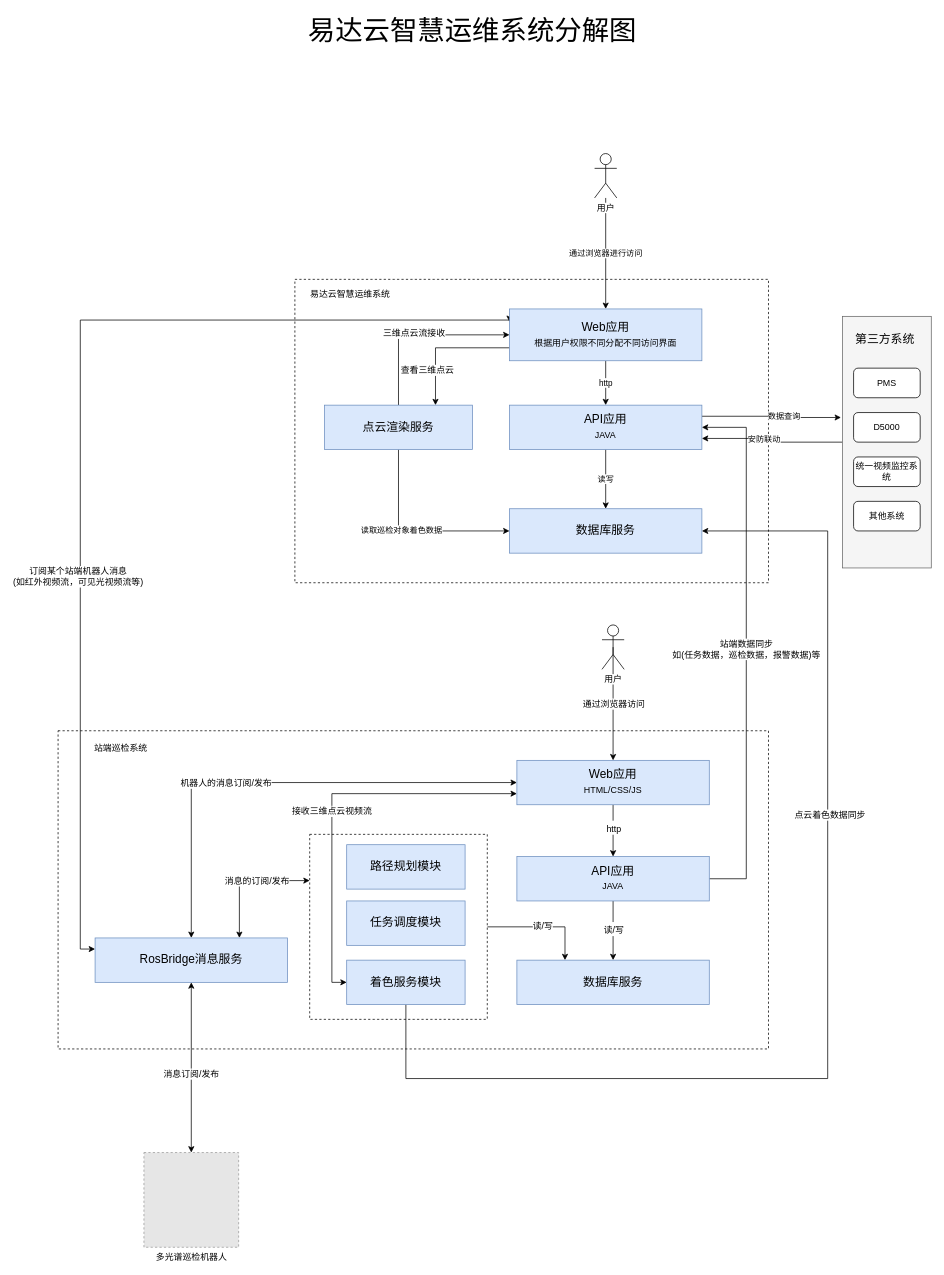
Above: 易达云智慧运维系统分解图.drawio in wangyufei0807/draw (draw.io), before the change. Source tidied: cells renumbered, new cells numbered last; positions are measured from the earlier drawing's top-left corner, leaving out a move shared by most shapes. Both pictures are drawn from the tidied source at 74%, with x=0, y=0 at pixel (58, 13). Pictures stored in the file or linked from it are replaced by grey dashed boxes.
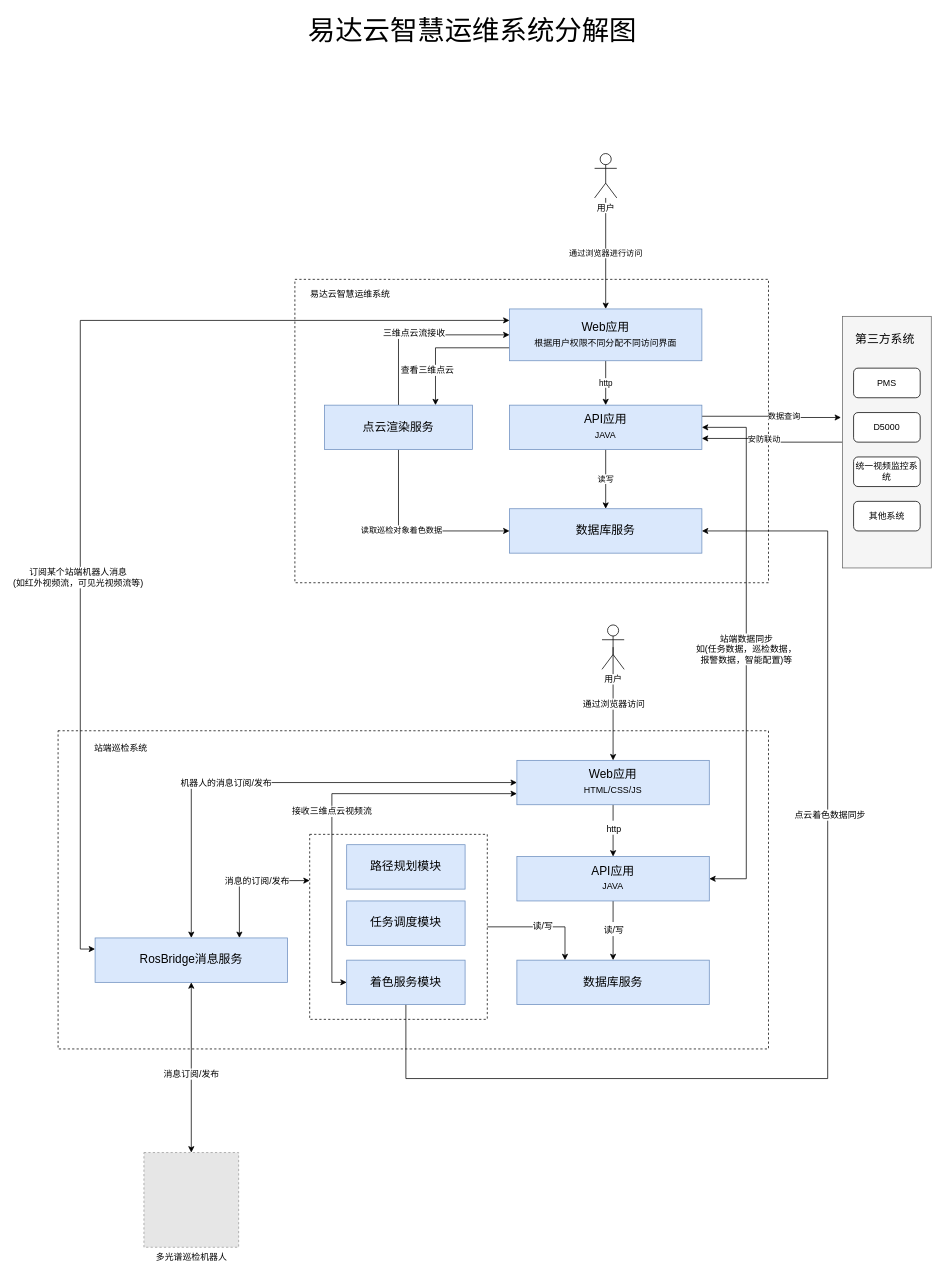
After the change.

Commit message (it also covers changes not shown here):
更新易达云智慧运维系统分解图.drawio

Unchanged cells that the change refers to:
```xml
<mxCell id="14" value="&lt;p style=&quot;line-height: 170%&quot;&gt;&lt;font style=&quot;font-size: 16px&quot;&gt;Web应用&lt;/font&gt;&lt;br&gt;根据用户权限不同分配不同访问界面&lt;br&gt;&lt;/p&gt;" style="rounded=0;whiteSpace=wrap;html=1;shadow=0;fillColor=#dae8fc;strokeColor=#6c8ebf;" parent="1" vertex="1">
  <mxGeometry x="610" y="400" width="260" height="70" as="geometry" />
</mxCell>
<mxCell id="19" value="&lt;p style=&quot;line-height: 160%&quot;&gt;&lt;font style=&quot;font-size: 16px&quot;&gt;API应用&lt;/font&gt;&lt;br&gt;JAVA&lt;/p&gt;" style="rounded=0;whiteSpace=wrap;html=1;shadow=0;fillColor=#dae8fc;strokeColor=#6c8ebf;" parent="1" vertex="1">
  <mxGeometry x="610" y="530" width="260" height="60" as="geometry" />
</mxCell>
<mxCell id="41" value="&lt;p style=&quot;line-height: 160%&quot;&gt;&lt;font style=&quot;font-size: 16px&quot;&gt;API应用&lt;/font&gt;&lt;br&gt;JAVA&lt;/p&gt;" style="rounded=0;whiteSpace=wrap;html=1;shadow=0;fillColor=#dae8fc;strokeColor=#6c8ebf;" parent="1" vertex="1">
  <mxGeometry x="620" y="1140" width="260" height="60" as="geometry" />
</mxCell>
<mxCell id="50" value="&lt;p style=&quot;line-height: 160%&quot;&gt;&lt;span style=&quot;font-size: 16px&quot;&gt;RosBridge消息服务&lt;/span&gt;&lt;/p&gt;" style="rounded=0;whiteSpace=wrap;html=1;shadow=0;fillColor=#dae8fc;strokeColor=#6c8ebf;" parent="1" vertex="1">
  <mxGeometry x="50" y="1250" width="260" height="60" as="geometry" />
</mxCell>
```

The edit, as a diff of the source:
```diff
@@
-    <mxCell id="12" style="edgeStyle=orthogonalEdgeStyle;rounded=0;jettySize=auto;html=1;exitX=0;exitY=0.25;exitDx=0;exitDy=0;entryX=0;entryY=0.25;entryDx=0;entryDy=0;startArrow=classic;startFill=1;fontSize=12;" parent="1" edge="1" source="14" target="50">
+    <mxCell id="12" style="edgeStyle=orthogonalEdgeStyle;rounded=0;jettySize=auto;html=1;exitX=0;exitY=0.221;exitDx=0;exitDy=0;entryX=0;entryY=0.25;entryDx=0;entryDy=0;startArrow=classic;startFill=1;fontSize=12;exitPerimeter=0;" parent="1" edge="1" source="14" target="50">
       <mxGeometry relative="1" as="geometry">
         <Array as="points">
-          <mxPoint x="30" y="415" />
+          <mxPoint x="30" y="416" />
           <mxPoint x="30" y="1265" />
         </Array>
       </mxGeometry>
     </mxCell>
@@
-    <mxCell id="40" value="站端数据同步&lt;br&gt;如(任务数据，巡检数据，报警数据)等" style="edgeStyle=orthogonalEdgeStyle;rounded=0;jettySize=auto;html=1;exitX=1;exitY=0.5;exitDx=0;exitDy=0;entryX=1;entryY=0.5;entryDx=0;entryDy=0;startArrow=none;startFill=0;fontSize=12;endArrow=classic;endFill=1;" parent="1" edge="1" source="41" target="19">
+    <mxCell id="40" value="站端数据同步&lt;br&gt;如(任务数据，巡检数据，&lt;br&gt;报警数据，智能配置)等" style="edgeStyle=orthogonalEdgeStyle;rounded=0;jettySize=auto;html=1;exitX=1;exitY=0.5;exitDx=0;exitDy=0;entryX=1;entryY=0.5;entryDx=0;entryDy=0;startArrow=classic;startFill=1;fontSize=12;endArrow=classic;endFill=1;" parent="1" edge="1" source="41" target="19">
       <mxGeometry relative="1" as="geometry">
         <Array as="points">
           <mxPoint x="930" y="1170" />
           <mxPoint x="930" y="560" />
         </Array>
       </mxGeometry>
     </mxCell>
```
